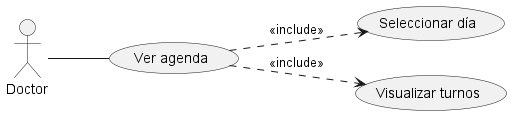
Above: diagramas/02-casos-de-uso/02-caso-uso-ver-agenda-05/02-caso-uso-ver-agenda-05.png in FacundoGuiraldes/SistemaTurnosMedicos (PlantUML), before the change.
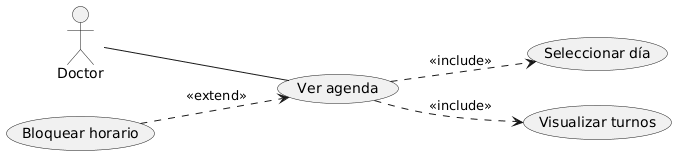
After the change.

Commit message:
feat: agrego extend en CU05 para cubrir RF4 recomendado

The edit, as a diff of the source:
```diff
@@ -10,4 +10,6 @@
 
 UC1 ..> UC2 : <<include>>
 UC1 ..> UC3 : <<include>>
+usecase "Bloquear horario" as UC4
+UC4 ..> UC1 : <<extend>>
 @enduml
```
